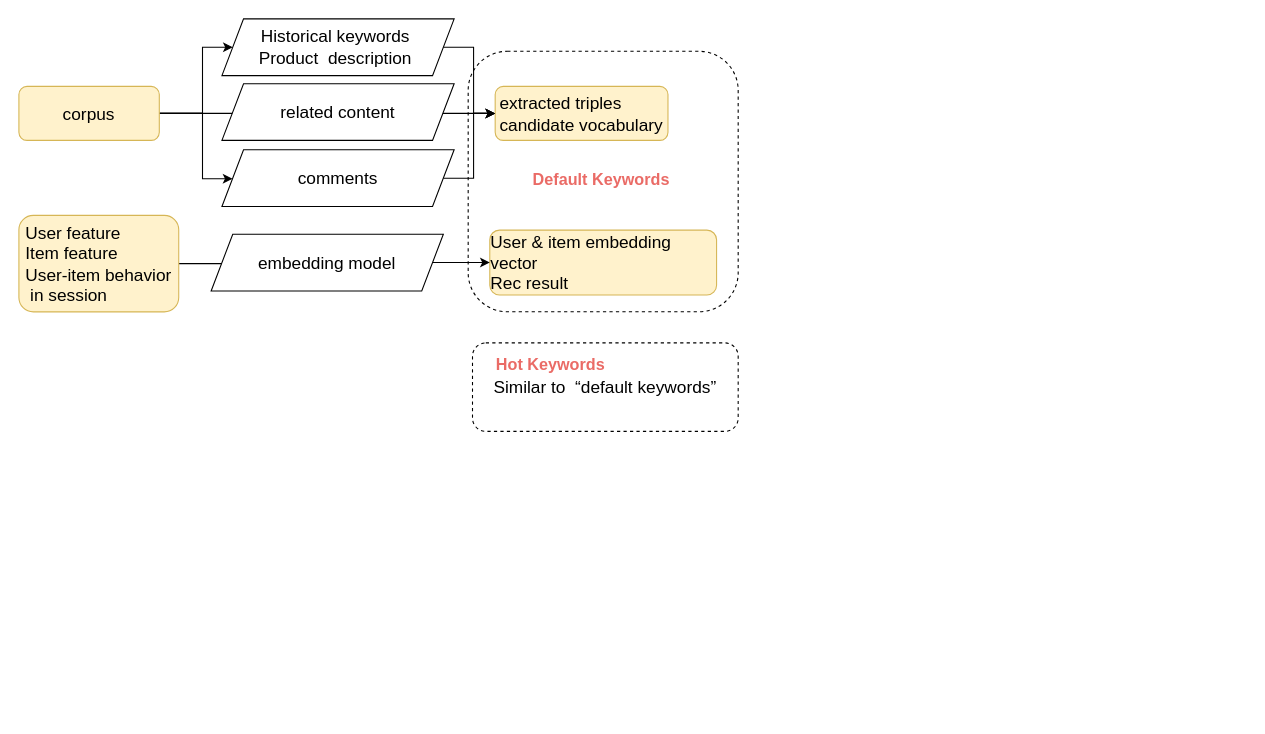
The draw.io diagram Untitled Diagram.drawio in LunaXiong/Sokoban1.1, before the edit. Source tidied: cells renumbered, new cells numbered last; positions are measured from the earlier drawing's top-left corner, leaving out a move shared by most shapes. Both pictures are drawn from the tidied source at 108%, with x=0, y=0 at pixel (18, 18).
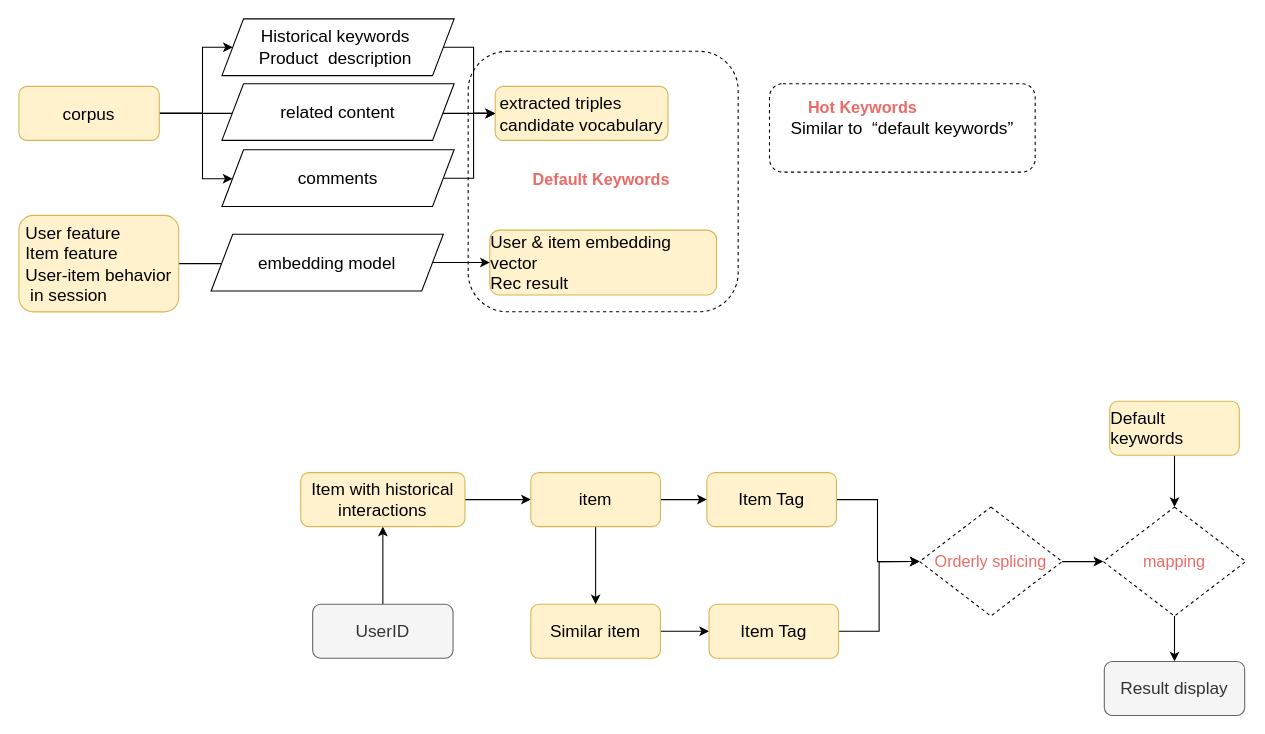
Above is the later version.

Diff of the diagram source:
```diff
@@
     <mxCell id="18" value="&lt;span style=&quot;font-family: &amp;#34;calibri&amp;#34; ; font-size: 12pt ; text-align: left&quot;&gt;Similar to&lt;/span&gt;&lt;span style=&quot;font-family: &amp;#34;calibri&amp;#34; ; font-size: 12pt ; text-align: left&quot;&gt;&amp;nbsp; &lt;/span&gt;&lt;span style=&quot;font-family: &amp;#34;calibri&amp;#34; ; font-size: 12pt ; text-align: left&quot;&gt;“default keywords”&lt;/span&gt;" style="rounded=1;whiteSpace=wrap;html=1;fillColor=none;verticalAlign=middle;dashed=1;" parent="1" vertex="1">
-      <mxGeometry x="420" y="300" width="246" height="81.9" as="geometry" />
+      <mxGeometry x="695" y="60" width="246" height="81.9" as="geometry" />
     </mxCell>
     <mxCell id="19" value="Hot Keywords" style="text;html=1;strokeColor=none;fillColor=none;align=center;verticalAlign=middle;whiteSpace=wrap;rounded=0;fontStyle=1;fontColor=#EA6B66;fontSize=15;" parent="1" vertex="1">
-      <mxGeometry x="430" y="310" width="125" height="20" as="geometry" />
+      <mxGeometry x="719" y="71.9" width="125" height="20" as="geometry" />
     </mxCell>
+    <mxCell id="20" style="edgeStyle=orthogonalEdgeStyle;rounded=0;jettySize=auto;html=1;fontSize=15;fontColor=#EA6B66;" parent="1" edge="1" source="21" target="23">
+      <mxGeometry relative="1" as="geometry" />
+    </mxCell>
+    <mxCell id="21" value="&lt;p style=&quot;line-height: normal ; margin-top: 0pt ; margin-bottom: 0pt ; margin-left: 0in ; text-align: left ; direction: ltr ; unicode-bidi: embed ; word-break: normal&quot;&gt;&lt;span style=&quot;font-size: 12pt ; font-family: &amp;#34;calibri&amp;#34;&quot;&gt;UserID&lt;/span&gt;&lt;/p&gt;" style="rounded=1;whiteSpace=wrap;html=1;fontSize=12;glass=0;strokeWidth=1;shadow=0;fillColor=#f5f5f5;strokeColor=#666666;fontColor=#333333;" parent="1" vertex="1">
+      <mxGeometry x="272" y="542" width="130" height="50" as="geometry" />
+    </mxCell>
+    <mxCell id="22" style="edgeStyle=orthogonalEdgeStyle;rounded=0;jettySize=auto;html=1;fontSize=15;fontColor=#EA6B66;" parent="1" edge="1" source="23" target="30">
+      <mxGeometry relative="1" as="geometry" />
+    </mxCell>
+    <mxCell id="23" value="&lt;div style=&quot;&quot;&gt;&lt;font face=&quot;calibri&quot;&gt;&lt;span style=&quot;font-size: 16px&quot;&gt;Item with historical interactions&lt;/span&gt;&lt;/font&gt;&lt;br&gt;&lt;/div&gt;" style="rounded=1;whiteSpace=wrap;html=1;fontSize=12;glass=0;strokeWidth=1;shadow=0;fillColor=#fff2cc;strokeColor=#d6b656;align=center;" parent="1" vertex="1">
+      <mxGeometry x="261" y="420.1" width="152" height="50" as="geometry" />
+    </mxCell>
+    <mxCell id="24" style="edgeStyle=orthogonalEdgeStyle;rounded=0;jettySize=auto;html=1;fontSize=15;fontColor=#EA6B66;" parent="1" edge="1" source="25" target="32">
+      <mxGeometry relative="1" as="geometry" />
+    </mxCell>
+    <mxCell id="25" value="&lt;div style=&quot;text-align: left&quot;&gt;&lt;span style=&quot;font-size: 16px&quot;&gt;&lt;font face=&quot;calibri&quot;&gt;Similar &lt;/font&gt;&lt;/span&gt;&lt;span style=&quot;font-family: &amp;#34;calibri&amp;#34; ; font-size: 12pt&quot;&gt;item&lt;/span&gt;&lt;/div&gt;" style="rounded=1;whiteSpace=wrap;html=1;fontSize=12;glass=0;strokeWidth=1;shadow=0;fillColor=#fff2cc;strokeColor=#d6b656;" parent="1" vertex="1">
+      <mxGeometry x="474" y="542" width="120" height="50" as="geometry" />
+    </mxCell>
+    <mxCell id="26" style="edgeStyle=orthogonalEdgeStyle;rounded=0;jettySize=auto;html=1;entryX=0;entryY=0.5;entryDx=0;entryDy=0;fontSize=15;fontColor=#EA6B66;" parent="1" edge="1" source="27" target="34">
+      <mxGeometry relative="1" as="geometry">
+        <Array as="points">
+          <mxPoint x="795" y="445" />
+          <mxPoint x="795" y="502" />
+        </Array>
+      </mxGeometry>
+    </mxCell>
+    <mxCell id="27" value="&lt;p style=&quot;line-height: normal ; margin-top: 0pt ; margin-bottom: 0pt ; margin-left: 0in ; text-align: left ; direction: ltr ; unicode-bidi: embed ; word-break: normal&quot;&gt;&lt;span style=&quot;font-size: 12pt ; font-family: &amp;#34;calibri&amp;#34;&quot;&gt;Item Tag&lt;/span&gt;&lt;/p&gt;" style="rounded=1;whiteSpace=wrap;html=1;fontSize=12;glass=0;strokeWidth=1;shadow=0;fillColor=#fff2cc;strokeColor=#d6b656;" parent="1" vertex="1">
+      <mxGeometry x="637" y="420.1" width="120" height="50" as="geometry" />
+    </mxCell>
+    <mxCell id="28" style="edgeStyle=orthogonalEdgeStyle;rounded=0;jettySize=auto;html=1;fontSize=15;fontColor=#EA6B66;" parent="1" edge="1" source="30" target="25">
+      <mxGeometry relative="1" as="geometry" />
+    </mxCell>
+    <mxCell id="29" style="edgeStyle=orthogonalEdgeStyle;rounded=0;jettySize=auto;html=1;fontSize=15;fontColor=#EA6B66;" parent="1" edge="1" source="30" target="27">
+      <mxGeometry relative="1" as="geometry" />
+    </mxCell>
+    <mxCell id="30" value="&lt;div style=&quot;text-align: left&quot;&gt;&lt;span style=&quot;font-family: &amp;#34;calibri&amp;#34; ; font-size: 12pt&quot;&gt;item&lt;/span&gt;&lt;/div&gt;" style="rounded=1;whiteSpace=wrap;html=1;fontSize=12;glass=0;strokeWidth=1;shadow=0;fillColor=#fff2cc;strokeColor=#d6b656;" parent="1" vertex="1">
+      <mxGeometry x="474" y="420.1" width="120" height="50" as="geometry" />
+    </mxCell>
+    <mxCell id="31" style="edgeStyle=orthogonalEdgeStyle;rounded=0;jettySize=auto;html=1;entryX=0;entryY=0.5;entryDx=0;entryDy=0;fontSize=15;fontColor=#EA6B66;" parent="1" edge="1" source="32" target="34">
+      <mxGeometry relative="1" as="geometry" />
+    </mxCell>
+    <mxCell id="32" value="&lt;p style=&quot;line-height: normal ; margin-top: 0pt ; margin-bottom: 0pt ; margin-left: 0in ; text-align: left ; direction: ltr ; unicode-bidi: embed ; word-break: normal&quot;&gt;&lt;span style=&quot;font-size: 12pt ; font-family: &amp;#34;calibri&amp;#34;&quot;&gt;Item Tag&lt;/span&gt;&lt;/p&gt;" style="rounded=1;whiteSpace=wrap;html=1;fontSize=12;glass=0;strokeWidth=1;shadow=0;fillColor=#fff2cc;strokeColor=#d6b656;" parent="1" vertex="1">
+      <mxGeometry x="639" y="542" width="120" height="50" as="geometry" />
+    </mxCell>
+    <mxCell id="33" style="edgeStyle=orthogonalEdgeStyle;rounded=0;jettySize=auto;html=1;fontSize=15;fontColor=#EA6B66;" parent="1" edge="1" source="34" target="36">
+      <mxGeometry relative="1" as="geometry" />
+    </mxCell>
+    <mxCell id="34" value="Orderly splicing" style="rhombus;whiteSpace=wrap;html=1;dashed=1;strokeColor=#000000;fontSize=15;fontColor=#EA6B66;align=center;" parent="1" vertex="1">
+      <mxGeometry x="834" y="452" width="132" height="100.9" as="geometry" />
+    </mxCell>
+    <mxCell id="35" style="edgeStyle=orthogonalEdgeStyle;rounded=0;jettySize=auto;html=1;fontSize=15;fontColor=#EA6B66;" parent="1" edge="1" source="36" target="39">
+      <mxGeometry relative="1" as="geometry" />
+    </mxCell>
+    <mxCell id="36" value="mapping" style="rhombus;whiteSpace=wrap;html=1;dashed=1;strokeColor=#000000;fontSize=15;fontColor=#EA6B66;align=center;" parent="1" vertex="1">
+      <mxGeometry x="1004" y="452" width="132" height="100.9" as="geometry" />
+    </mxCell>
+    <mxCell id="37" style="edgeStyle=orthogonalEdgeStyle;rounded=0;jettySize=auto;html=1;fontSize=15;fontColor=#EA6B66;" parent="1" edge="1" source="38" target="36">
+      <mxGeometry relative="1" as="geometry" />
+    </mxCell>
+    <mxCell id="38" value="&lt;p style=&quot;line-height: normal ; margin-top: 0pt ; margin-bottom: 0pt ; margin-left: 0in ; text-align: left ; direction: ltr ; unicode-bidi: embed ; word-break: normal&quot;&gt;&lt;font face=&quot;calibri&quot;&gt;&lt;span style=&quot;font-size: 16px&quot;&gt;Default keywords&lt;/span&gt;&lt;/font&gt;&lt;br&gt;&lt;/p&gt;" style="rounded=1;whiteSpace=wrap;html=1;fontSize=12;glass=0;strokeWidth=1;shadow=0;fillColor=#fff2cc;strokeColor=#d6b656;" parent="1" vertex="1">
+      <mxGeometry x="1010" y="354" width="120" height="50" as="geometry" />
+    </mxCell>
+    <mxCell id="39" value="&lt;p style=&quot;line-height: normal ; margin-top: 0pt ; margin-bottom: 0pt ; margin-left: 0in ; text-align: left ; direction: ltr ; unicode-bidi: embed ; word-break: normal&quot;&gt;&lt;font face=&quot;calibri&quot;&gt;&lt;span style=&quot;font-size: 16px&quot;&gt;Result display&lt;/span&gt;&lt;/font&gt;&lt;br&gt;&lt;/p&gt;" style="rounded=1;whiteSpace=wrap;html=1;fontSize=12;glass=0;strokeWidth=1;shadow=0;fillColor=#f5f5f5;strokeColor=#666666;fontColor=#333333;" parent="1" vertex="1">
+      <mxGeometry x="1005" y="595" width="130" height="50" as="geometry" />
+    </mxCell>
```
